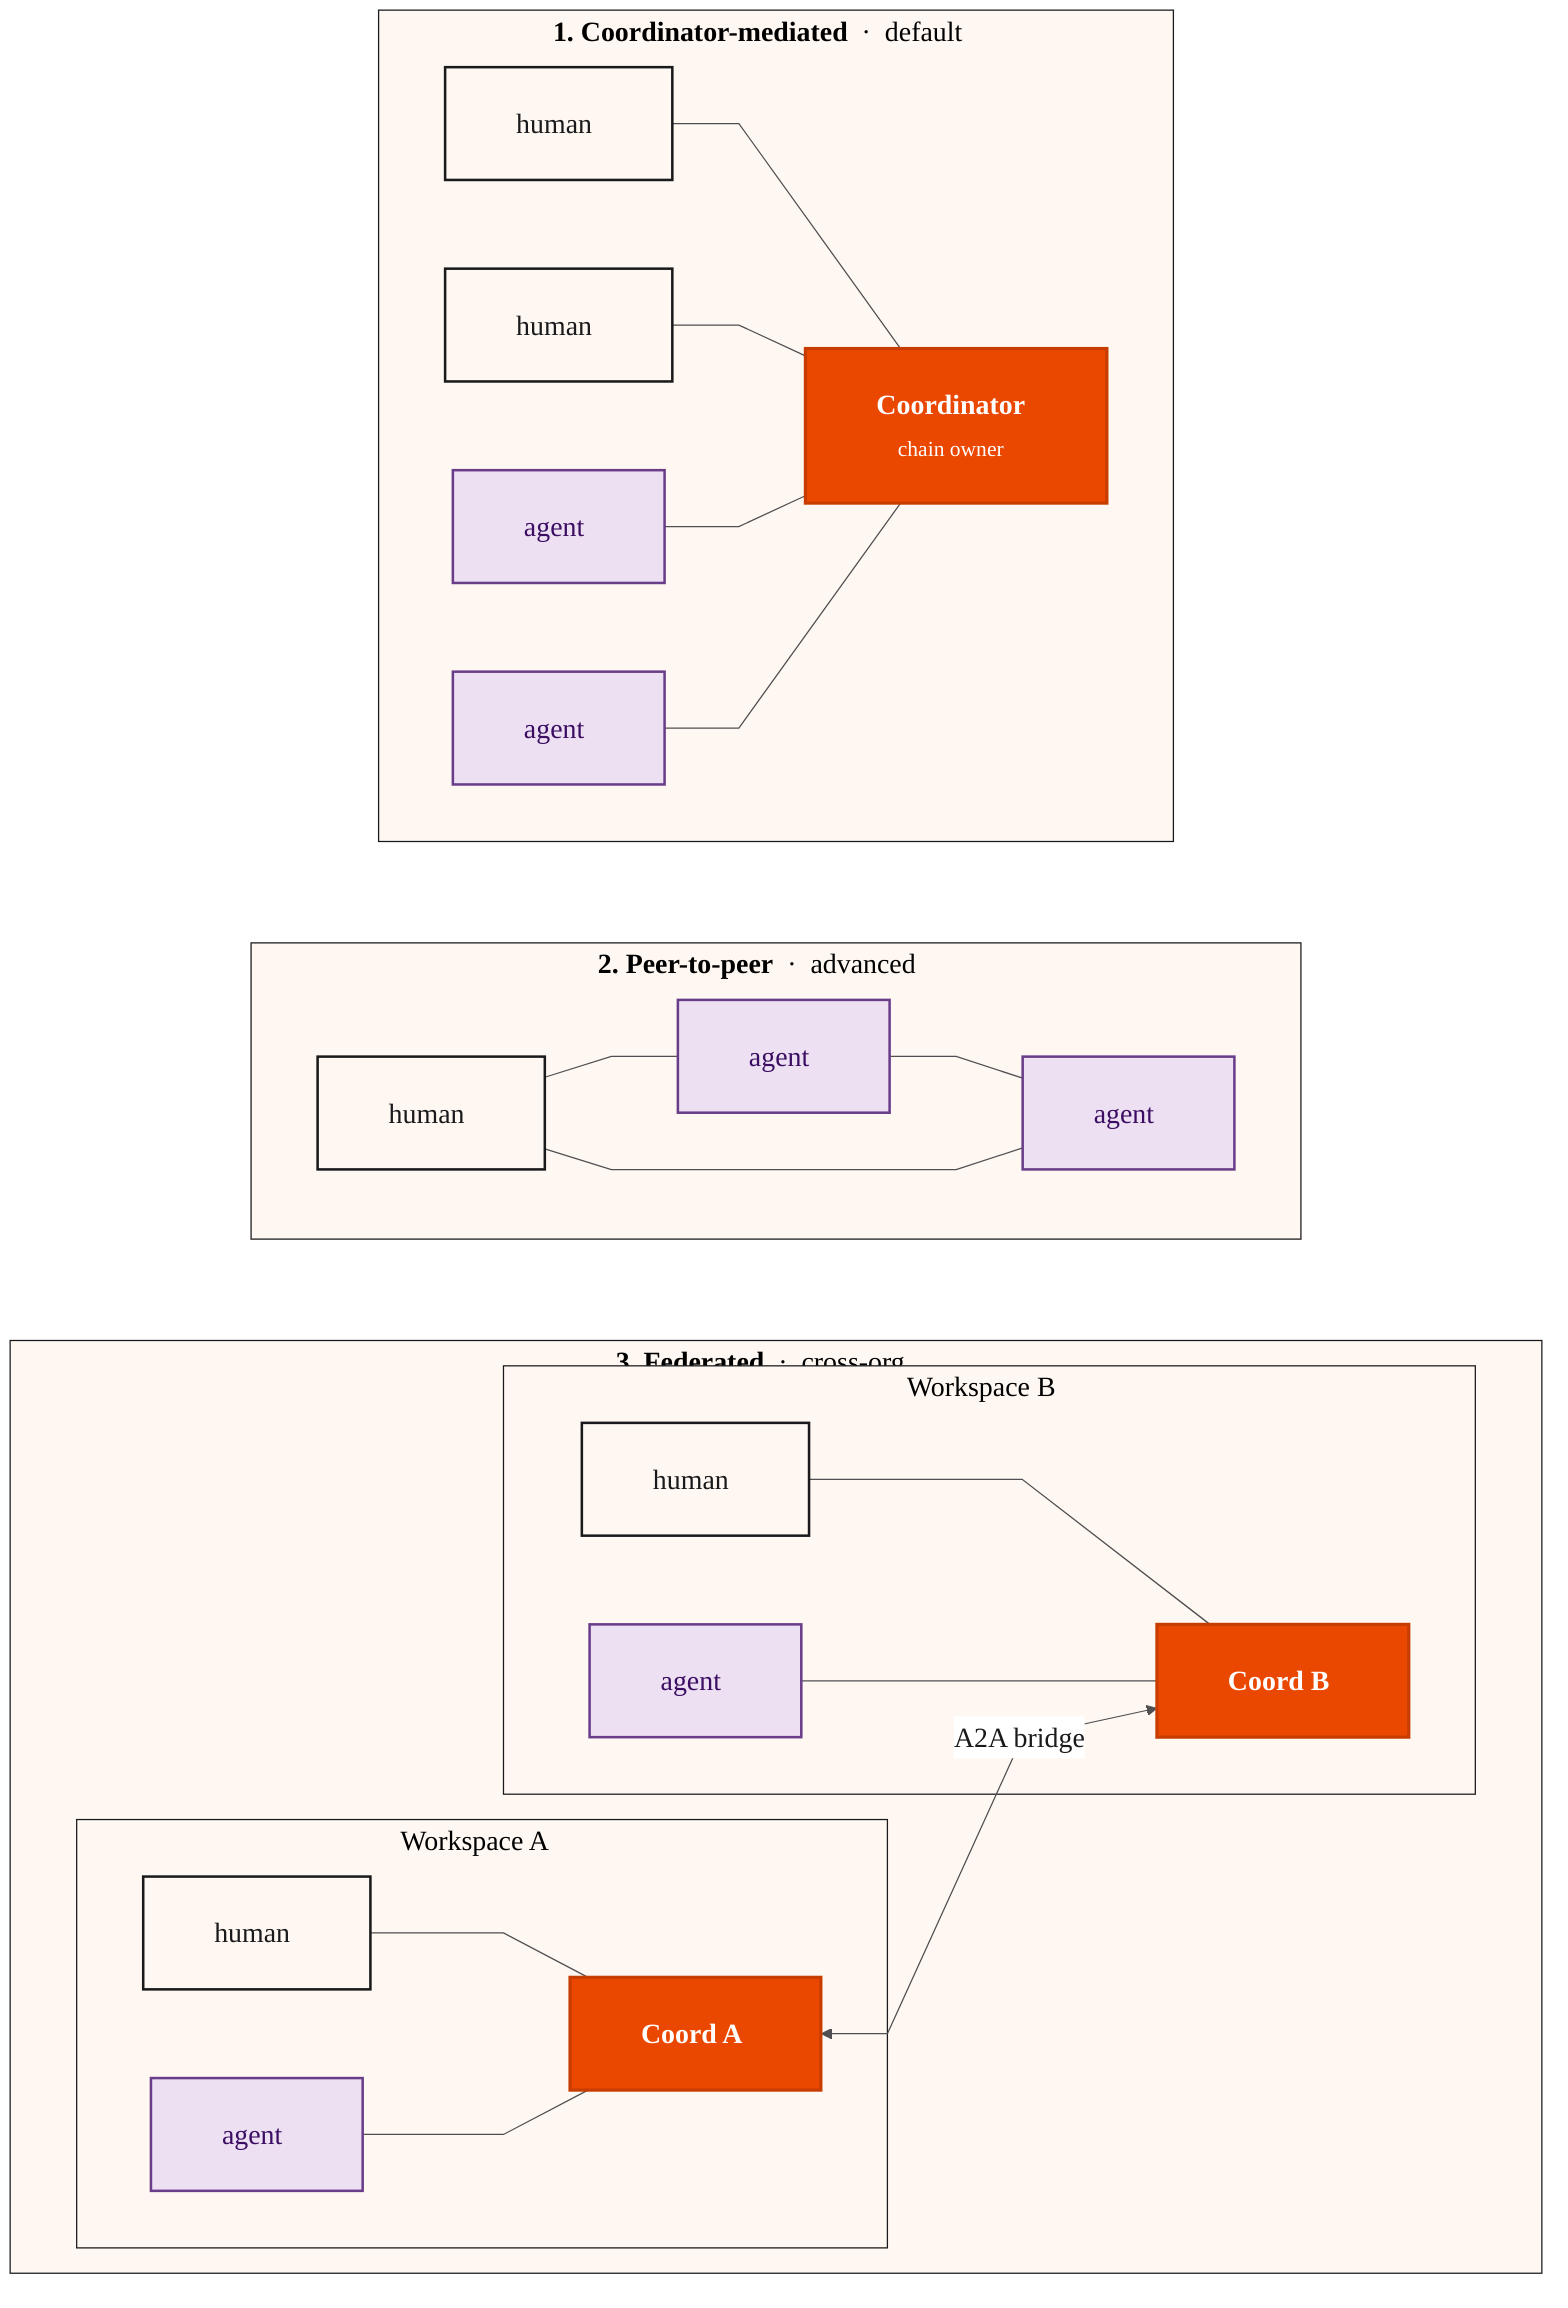
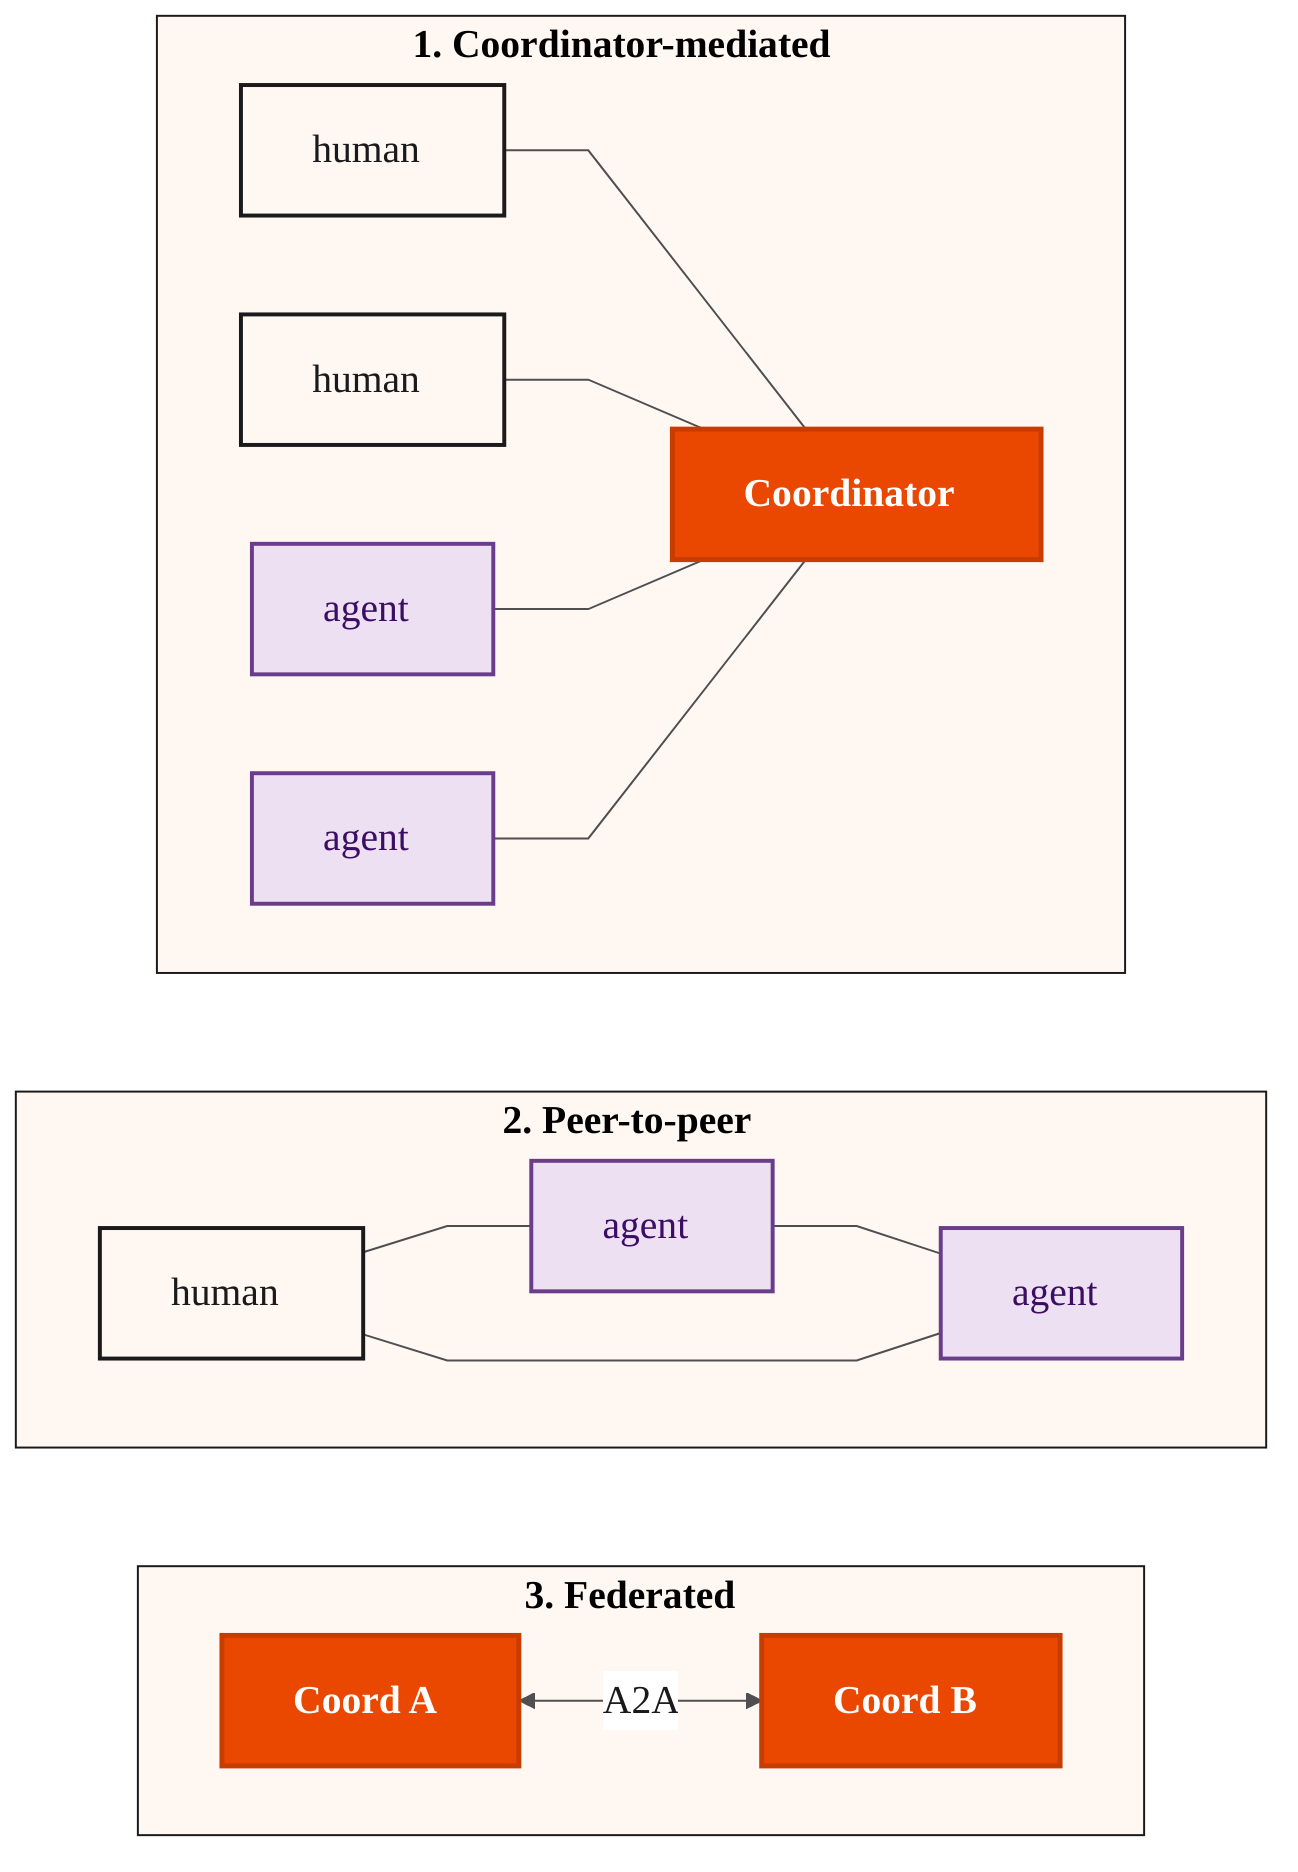
%%{init: {
  "theme": "base",
  "themeVariables": {
-     "fontSize": "22px",
+     "fontSize": "20px",
    "fontFamily": "Arial, Helvetica, sans-serif",
    "primaryColor": "#ffffff",
    "primaryTextColor": "#1a1a1c",
    "primaryBorderColor": "#1a1a1c",
    "lineColor": "#4f4f52",
    "clusterBkg": "#FFF8F2",
    "clusterBorder": "#1a1a1c"
  },
-   "flowchart": { "curve": "linear", "nodeSpacing": 70, "rankSpacing": 80, "padding": 28 }
+   "flowchart": { "curve": "linear", "nodeSpacing": 50, "rankSpacing": 60, "padding": 18 }
}}%%
flowchart TB
-     subgraph CM["<b>1. Coordinator-mediated</b> &nbsp;·&nbsp; default"]
+     subgraph CM["<b>1. Coordinator-mediated</b>"]
      direction LR
      h1["human"]
      h2["human"]
      a1["agent"]
      a2["agent"]
-       cm_c["<b>Coordinator</b><br/><span style='font-size:17px;color:#ffffff'>chain owner</span>"]
+       cm_c["<b>Coordinator</b>"]
      h1 --- cm_c
      h2 --- cm_c
      a1 --- cm_c
      a2 --- cm_c
    end

-     subgraph P2P["<b>2. Peer-to-peer</b> &nbsp;·&nbsp; advanced"]
+     subgraph P2P["<b>2. Peer-to-peer</b>"]
      direction LR
      ph1["human"]
      ph2["agent"]
      ph3["agent"]
      ph1 --- ph2
      ph2 --- ph3
      ph3 --- ph1
    end

-     subgraph FED["<b>3. Federated</b> &nbsp;·&nbsp; cross-org"]
+     subgraph FED["<b>3. Federated</b>"]
      direction LR
-       subgraph WA["Workspace A"]
-         ha["human"]
-         aa["agent"]
-         ca["<b>Coord A</b>"]
-         ha --- ca
-         aa --- ca
-       end
-       subgraph WB["Workspace B"]
-         hb["human"]
-         ab["agent"]
-         cb["<b>Coord B</b>"]
-         hb --- cb
-         ab --- cb
-       end
-       ca <-->|A2A bridge| cb
+       ca["<b>Coord A</b>"]
+       cb["<b>Coord B</b>"]
+       ca <-->|A2A| cb
    end

    CM ~~~ P2P
    P2P ~~~ FED

    classDef human fill:#FFF8F2,stroke:#1a1a1c,color:#1a1a1c,stroke-width:2px
    classDef agent fill:#EDE0F2,stroke:#6a3d8a,color:#3b0e63,stroke-width:2px
    classDef coord fill:#EA4700,stroke:#C73D00,color:#ffffff,stroke-width:2.5px

-     class h1,h2,ph1,ha,hb human
-     class a1,a2,ph2,ph3,aa,ab agent
+     class h1,h2,ph1 human
+     class a1,a2,ph2,ph3 agent
    class cm_c,ca,cb coord
